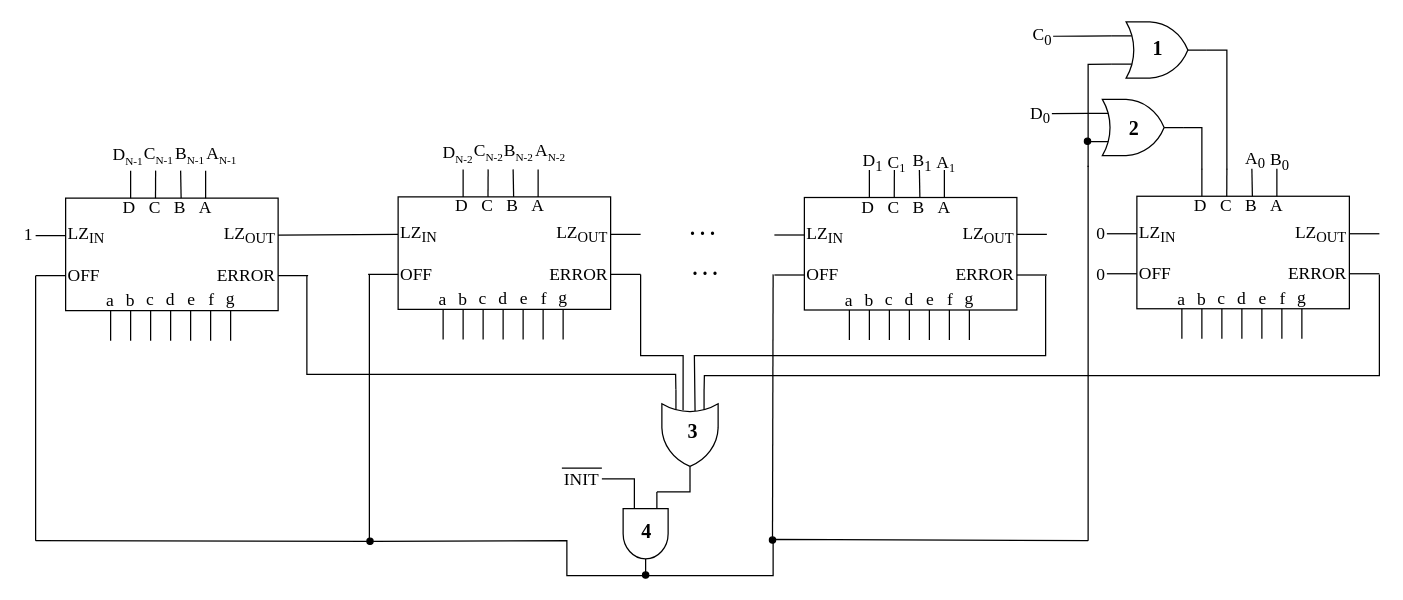
Before: vezbe/02/Images/Zadatak_4/Zadatak_4c_4Digits.drawio in pznikola/digitalna_elektronika_1, a draw.io diagram. Source tidied: cells renumbered, new cells numbered last; positions are measured from the earlier drawing's top-left corner, leaving out a move shared by most shapes. Both pictures are drawn from the tidied source at 125%, with x=0, y=0 at pixel (21, 21).
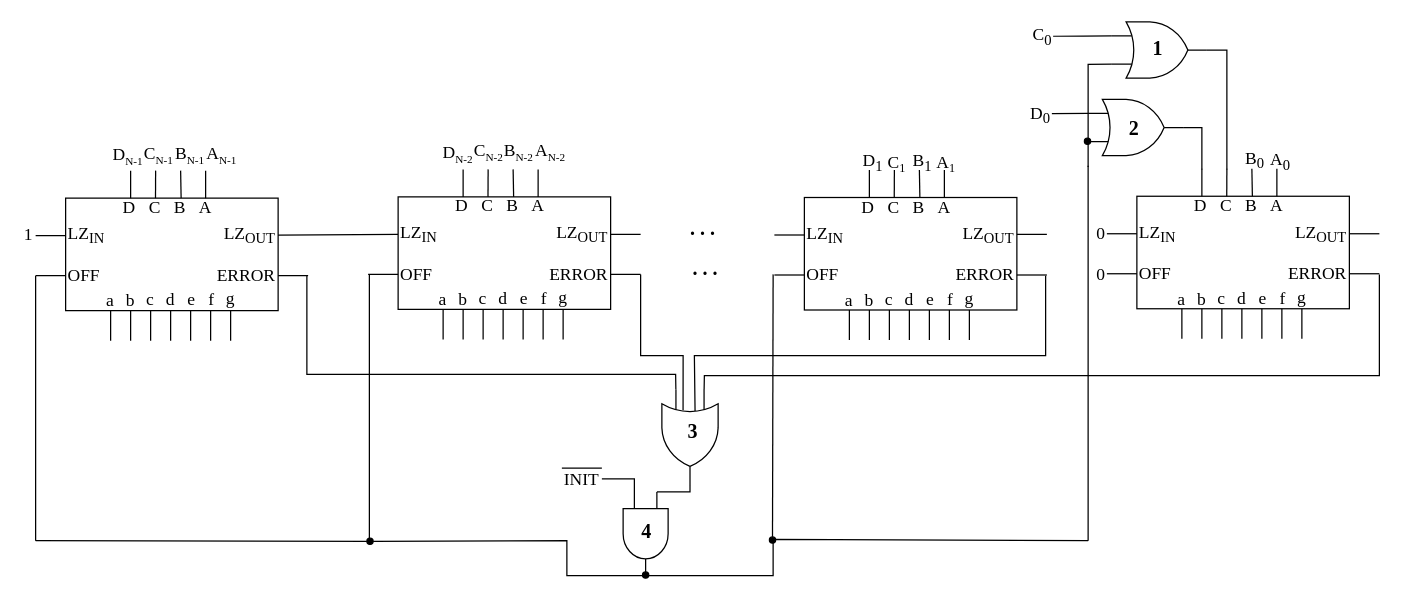
The same diagram, later.

Diff of the diagram source:
```diff
@@
-    <mxCell id="152" value="&lt;font face=&quot;Times New Roman&quot;&gt;A&lt;sub&gt;0&lt;/sub&gt;&lt;/font&gt;" style="text;html=1;strokeColor=none;fillColor=none;align=left;verticalAlign=middle;whiteSpace=wrap;rounded=0;fontSize=14;" parent="1" vertex="1">
+    <mxCell id="152" value="&lt;font face=&quot;Times New Roman&quot;&gt;B&lt;sub&gt;0&lt;/sub&gt;&lt;/font&gt;" style="text;html=1;strokeColor=none;fillColor=none;align=left;verticalAlign=middle;whiteSpace=wrap;rounded=0;fontSize=14;" parent="1" vertex="1">
       <mxGeometry x="977" y="100" width="15" height="21" as="geometry" />
     </mxCell>
-    <mxCell id="153" value="&lt;font face=&quot;Times New Roman&quot;&gt;B&lt;sub&gt;0&lt;/sub&gt;&lt;/font&gt;" style="text;html=1;strokeColor=none;fillColor=none;align=left;verticalAlign=middle;whiteSpace=wrap;rounded=0;fontSize=14;" parent="1" vertex="1">
+    <mxCell id="153" value="&lt;font face=&quot;Times New Roman&quot;&gt;A&lt;sub&gt;0&lt;/sub&gt;&lt;/font&gt;" style="text;html=1;strokeColor=none;fillColor=none;align=left;verticalAlign=middle;whiteSpace=wrap;rounded=0;fontSize=14;" parent="1" vertex="1">
       <mxGeometry x="997" y="101" width="15" height="21" as="geometry" />
     </mxCell>
```
